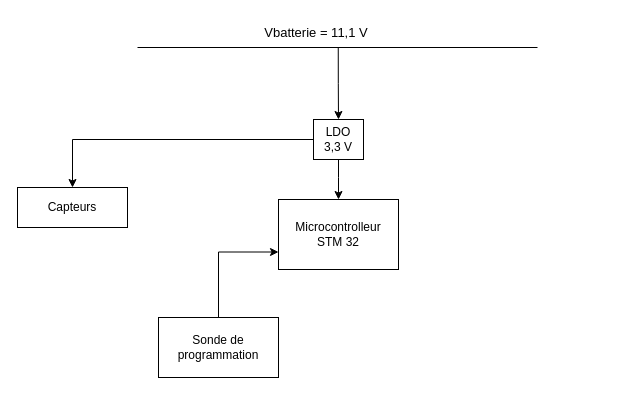
The draw.io diagram Hardware/Schéma Hardaware.drawio in RayenENSEA/DRAGSTER, before the edit. Source tidied: cells renumbered, new cells numbered last; positions are measured from the earlier drawing's top-left corner, leaving out a move shared by most shapes. Both pictures are drawn from the tidied source at 100%, with x=0, y=0 at pixel (17, 17).
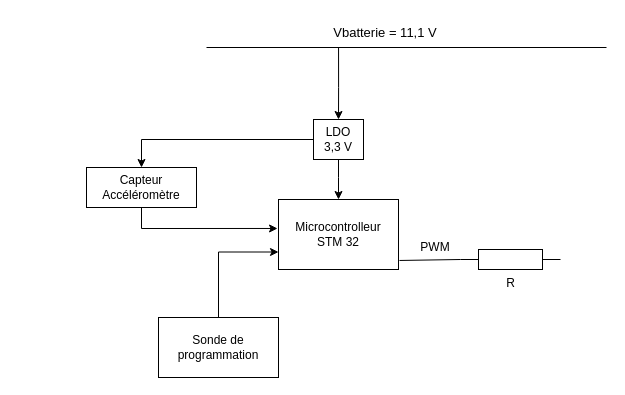
After the change.

Commit message (it also covers changes not shown here):
Mettre à jour Schéma Hardaware.drawio

Unchanged cells that the change refers to:
```xml
<mxCell id="7" value="LDO&lt;br&gt;3,3 V" style="rounded=0;whiteSpace=wrap;html=1;" parent="1" vertex="1">
  <mxGeometry x="296" y="102" width="50" height="40" as="geometry" />
</mxCell>
<mxCell id="8" value="Microcontrolleur&lt;br&gt;STM 32" style="rounded=0;whiteSpace=wrap;html=1;" parent="1" vertex="1">
  <mxGeometry x="261" y="182" width="120" height="70" as="geometry" />
</mxCell>
```

Diff of the diagram source:
```diff
@@
     <mxCell id="2" style="endArrow=none;html=1;rounded=0;" parent="1" edge="1">
       <mxGeometry relative="1" as="geometry">
-        <mxPoint x="120" y="30" as="sourcePoint" />
-        <mxPoint x="520" y="30" as="targetPoint" />
+        <mxPoint x="189" y="30" as="sourcePoint" />
+        <mxPoint x="589" y="30" as="targetPoint" />
       </mxGeometry>
     </mxCell>
     <mxCell id="3" value="&lt;font style=&quot;font-size: 13px;&quot;&gt;Vbatterie = 11,1 V&lt;/font&gt;" style="text;html=1;strokeColor=none;fillColor=none;align=center;verticalAlign=middle;whiteSpace=wrap;rounded=0;" parent="1" vertex="1">
-      <mxGeometry x="224" width="150" height="30" as="geometry" />
+      <mxGeometry x="293" width="150" height="30" as="geometry" />
     </mxCell>
@@
+    <mxCell id="6" style="edgeStyle=orthogonalEdgeStyle;rounded=0;jettySize=auto;html=1;" parent="1" edge="1" source="7" target="11">
+      <mxGeometry relative="1" as="geometry" />
+    </mxCell>
-    <mxCell id="5" style="edgeStyle=orthogonalEdgeStyle;rounded=0;jettySize=auto;html=1;exitX=0.645;exitY=1;exitDx=0;exitDy=0;exitPerimeter=0;" parent="1" edge="1" source="3" target="7">
-      <mxGeometry relative="1" as="geometry" />
+    <mxCell id="5" style="edgeStyle=orthogonalEdgeStyle;rounded=0;jettySize=auto;html=1;exitX=0.187;exitY=1;exitDx=0;exitDy=0;entryX=0.5;entryY=0;entryDx=0;entryDy=0;exitPerimeter=0;" parent="1" edge="1" source="3" target="7">
+      <mxGeometry relative="1" as="geometry">
+        <Array as="points">
+          <mxPoint x="321" y="70" />
+          <mxPoint x="321" y="70" />
+        </Array>
+      </mxGeometry>
     </mxCell>
-    <mxCell id="6" style="edgeStyle=orthogonalEdgeStyle;rounded=0;jettySize=auto;html=1;" parent="1" edge="1" source="7" target="11">
-      <mxGeometry relative="1" as="geometry" />
-    </mxCell>
@@
+    <mxCell id="12" style="edgeStyle=orthogonalEdgeStyle;rounded=0;jettySize=auto;html=1;exitX=0.5;exitY=1;exitDx=0;exitDy=0;entryX=-0.008;entryY=0.414;entryDx=0;entryDy=0;entryPerimeter=0;" parent="1" edge="1" source="11" target="8">
+      <mxGeometry relative="1" as="geometry" />
+    </mxCell>
-    <mxCell id="11" value="Capteurs" style="whiteSpace=wrap;html=1;rounded=0;" parent="1" vertex="1">
-      <mxGeometry y="170" width="110" height="40" as="geometry" />
+    <mxCell id="11" value="Capteur&lt;br&gt;Accéléromètre" style="whiteSpace=wrap;html=1;rounded=0;" parent="1" vertex="1">
+      <mxGeometry x="69" y="150" width="110" height="40" as="geometry" />
     </mxCell>
+    <mxCell id="13" value="R" style="verticalLabelPosition=bottom;shadow=0;dashed=0;align=center;html=1;verticalAlign=top;shape=mxgraph.electrical.resistors.resistor_1;" parent="1" vertex="1">
+      <mxGeometry x="443" y="232" width="100" height="20" as="geometry" />
+    </mxCell>
+    <mxCell id="14" style="endArrow=none;html=1;rounded=0;entryX=0;entryY=0.5;entryDx=0;entryDy=0;entryPerimeter=0;exitX=1.008;exitY=0.871;exitDx=0;exitDy=0;exitPerimeter=0;" parent="1" edge="1" source="8" target="13">
+      <mxGeometry relative="1" as="geometry" />
+    </mxCell>
+    <mxCell id="15" value="PWM" style="text;html=1;strokeColor=none;fillColor=none;align=center;verticalAlign=middle;whiteSpace=wrap;rounded=0;" parent="1" vertex="1">
+      <mxGeometry x="403" y="220" width="30" height="20" as="geometry" />
+    </mxCell>
```
